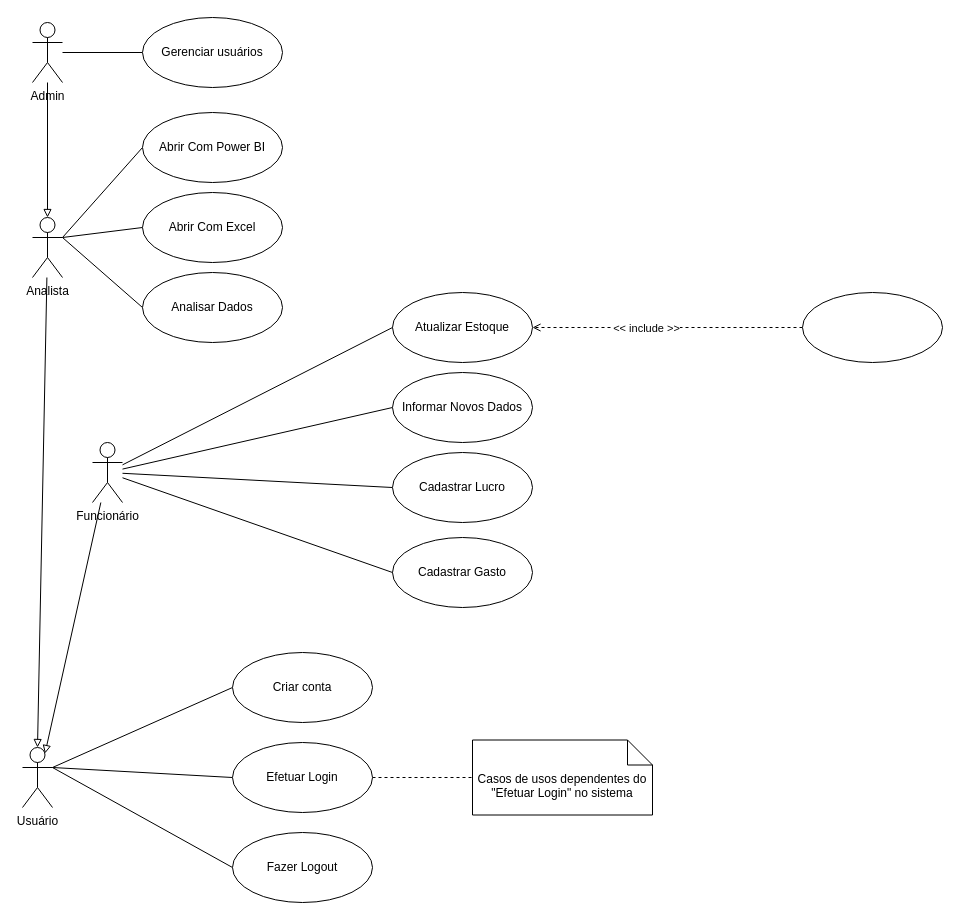
The draw.io diagram page "Uso" (2 of 2) of Financ.drawio in Raiobrine/DrawIO, before the edit. Source tidied: cells renumbered, new cells numbered last; positions are measured from the earlier drawing's top-left corner, leaving out a move shared by most shapes. Both pictures are drawn from the tidied source at 100%, with x=0, y=0 at pixel (22, 17).
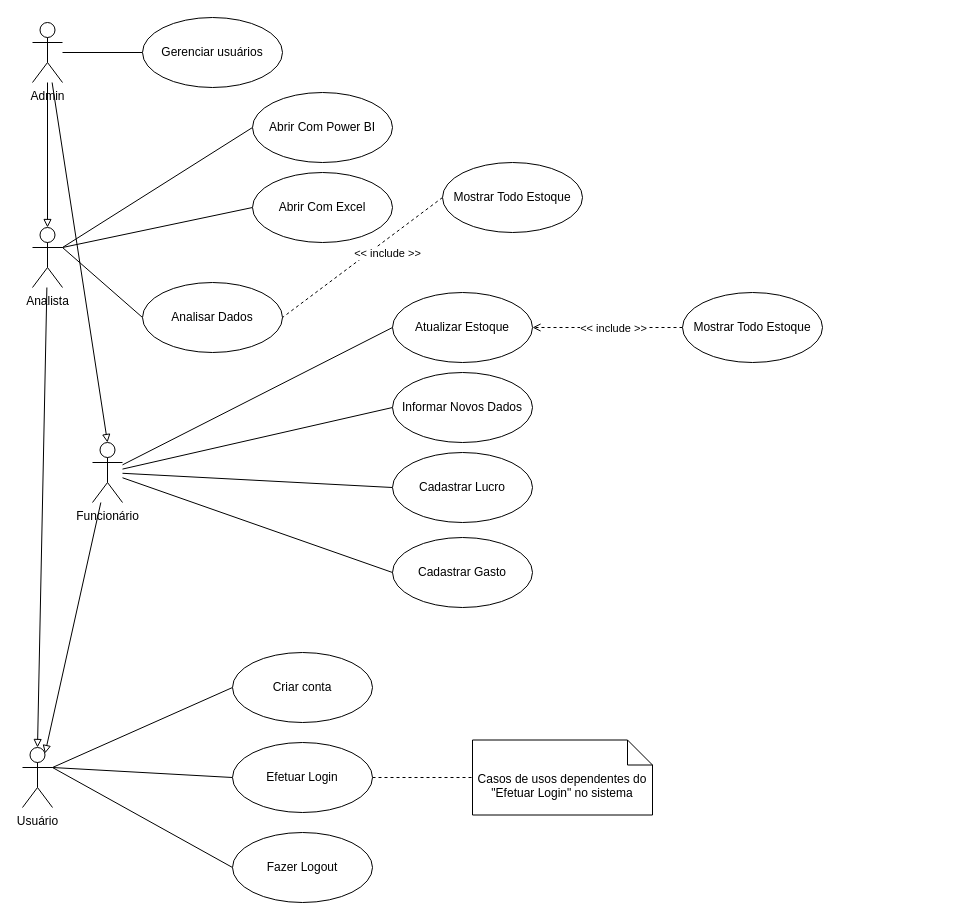
After the change.

Unchanged cells that the change refers to:
```xml
<mxCell id="4" value="Admin&lt;br&gt;" style="shape=umlActor;verticalLabelPosition=bottom;verticalAlign=top;html=1;" parent="1" vertex="1">
  <mxGeometry x="10" y="5" width="30" height="60" as="geometry" />
</mxCell>
<mxCell id="23" value="Funcionário" style="shape=umlActor;verticalLabelPosition=bottom;verticalAlign=top;html=1;" parent="1" vertex="1">
  <mxGeometry x="70" y="425" width="30" height="60" as="geometry" />
</mxCell>
<mxCell id="33" style="edgeStyle=none;rounded=0;jettySize=auto;html=1;exitX=0;exitY=0.5;exitDx=0;exitDy=0;entryX=1;entryY=0.5;entryDx=0;entryDy=0;dashed=1;endArrow=open;endFill=0;" parent="1" edge="1" source="35" target="16">
  <mxGeometry relative="1" as="geometry" />
</mxCell>
```

What changed in the source:
```diff
@@
+    <mxCell id="36" style="edgeStyle=none;rounded=0;jettySize=auto;html=1;entryX=0.5;entryY=0;entryDx=0;entryDy=0;entryPerimeter=0;endArrow=block;endFill=0;" parent="1" edge="1" source="4" target="23">
+      <mxGeometry relative="1" as="geometry" />
+    </mxCell>
@@
     <mxCell id="10" value="Analista&lt;br&gt;" style="shape=umlActor;verticalLabelPosition=bottom;verticalAlign=top;html=1;" parent="1" vertex="1">
-      <mxGeometry x="10" y="200" width="30" height="60" as="geometry" />
+      <mxGeometry x="10" y="210" width="30" height="60" as="geometry" />
     </mxCell>
@@
     <mxCell id="15" value="Analisar Dados" style="ellipse;whiteSpace=wrap;html=1;" parent="1" vertex="1">
-      <mxGeometry x="120" y="255" width="140" height="70" as="geometry" />
+      <mxGeometry x="120" y="265" width="140" height="70" as="geometry" />
     </mxCell>
@@
     <mxCell id="30" value="Abrir Com Power BI" style="ellipse;whiteSpace=wrap;html=1;" parent="1" vertex="1">
-      <mxGeometry x="120" y="95" width="140" height="70" as="geometry" />
+      <mxGeometry x="230" y="75" width="140" height="70" as="geometry" />
     </mxCell>
     <mxCell id="31" value="Abrir Com Excel" style="ellipse;whiteSpace=wrap;html=1;" parent="1" vertex="1">
-      <mxGeometry x="120" y="175" width="140" height="70" as="geometry" />
+      <mxGeometry x="230" y="155" width="140" height="70" as="geometry" />
     </mxCell>
@@
     <mxCell id="34" value="&amp;lt;&amp;lt; include &amp;gt;&amp;gt;" style="edgeLabel;html=1;align=center;verticalAlign=middle;" parent="33" vertex="1">
-      <mxGeometry x="0.16" relative="1" as="geometry" />
+      <mxGeometry x="0.16" relative="1" as="geometry">
+        <mxPoint x="17" as="offset" />
+      </mxGeometry>
     </mxCell>
-    <mxCell id="35" style="ellipse;whiteSpace=wrap;html=1;" parent="1" vertex="1">
-      <mxGeometry x="780" y="275" width="140" height="70" as="geometry" />
+    <mxCell id="35" value="Mostrar Todo Estoque" style="ellipse;whiteSpace=wrap;html=1;" parent="1" vertex="1">
+      <mxGeometry x="660" y="275" width="140" height="70" as="geometry" />
     </mxCell>
+    <mxCell id="37" style="rounded=0;jettySize=auto;html=1;exitX=0;exitY=0.5;exitDx=0;exitDy=0;entryX=1;entryY=0.5;entryDx=0;entryDy=0;endArrow=none;endFill=0;dashed=1;" parent="1" edge="1" source="39" target="15">
+      <mxGeometry relative="1" as="geometry" />
+    </mxCell>
+    <mxCell id="38" value="&amp;lt;&amp;lt; include &amp;gt;&amp;gt;" style="edgeLabel;html=1;align=center;verticalAlign=middle;" parent="37" vertex="1">
+      <mxGeometry x="-0.36" y="1" relative="1" as="geometry">
+        <mxPoint x="-5" y="16" as="offset" />
+      </mxGeometry>
+    </mxCell>
+    <mxCell id="39" value="Mostrar Todo Estoque" style="ellipse;whiteSpace=wrap;html=1;" parent="1" vertex="1">
+      <mxGeometry x="420" y="145" width="140" height="70" as="geometry" />
+    </mxCell>
```
